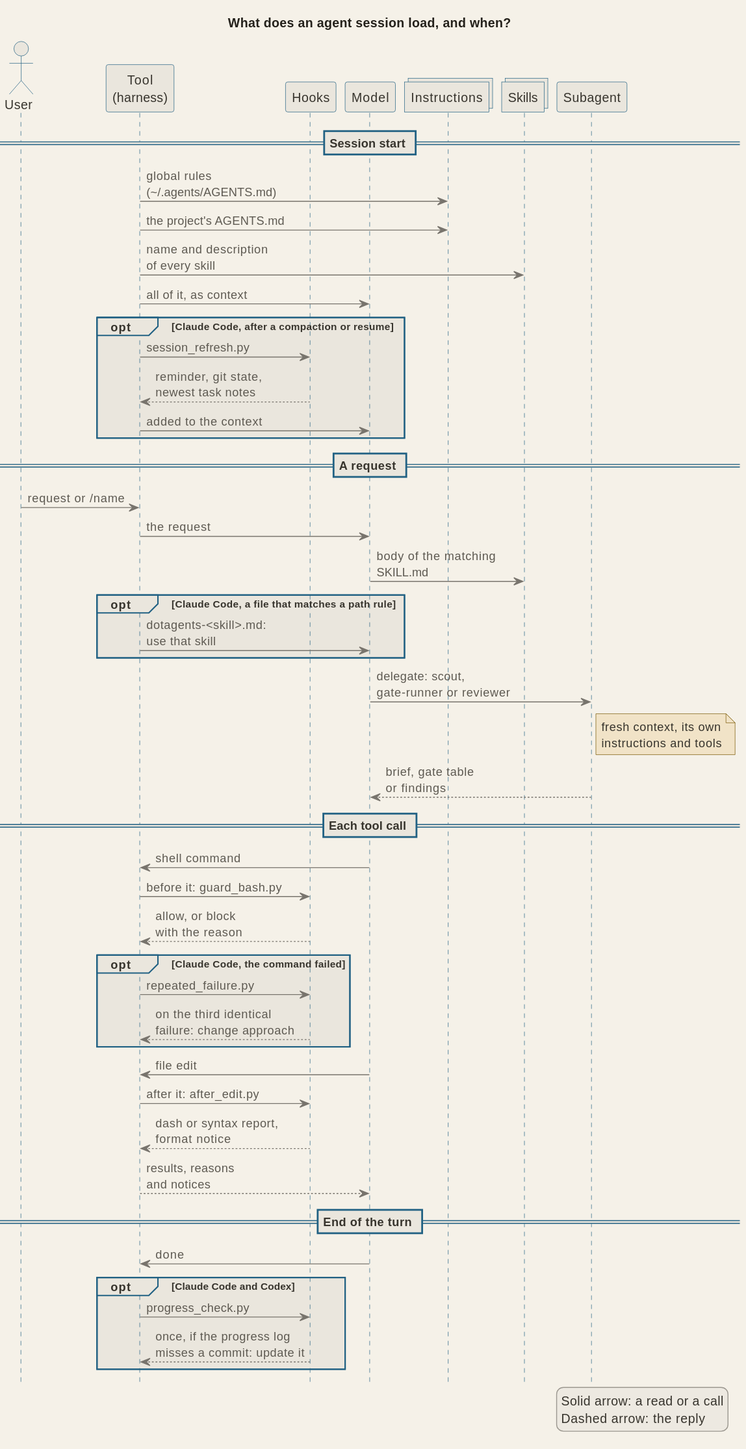
signorenne/dotagents keeps this PlantUML diagram as docs/diagrams/arch_session.svg. Above is the earlier version. Source of this version:
```plantuml
@startuml
!include palette.iuml
hide footbox
title What does an agent session load, and when?

actor User as user
participant "Tool\n(harness)" as tool
participant "Hooks" as hooks
participant "Model" as model
collections "Instructions" as rules
collections "Skills" as skills
participant "Subagent" as sub

== Session start ==
tool -> rules : global rules\n(&#126;/.agents/AGENTS.md)
tool -> rules : the project's AGENTS.md
tool -> skills : name and description\nof every skill
tool -> model : all of it, as context
opt Claude Code, after a compaction or resume
  tool -> hooks : session_refresh.py
  hooks --> tool : reminder, git state,\nnewest task notes
  tool -> model : added to the context
end

== A request ==
user -> tool : request or /name
tool -> model : the request
model -> skills : body of the matching\nSKILL.md
opt Claude Code, a file that matches a path rule
  tool -> model : dotagents-<skill>.md:\nuse that skill
end
model -> sub : delegate: scout,\ngate-runner or reviewer
note right of sub : fresh context, its own\ninstructions and tools
sub --> model : brief, gate table\nor findings

== Each tool call ==
model -> tool : shell command
tool -> hooks : before it: guard_bash.py
hooks --> tool : allow, or block\nwith the reason
opt Claude Code, the command failed
  tool -> hooks : repeated_failure.py
  hooks --> tool : on the third identical\nfailure: change approach
end
model -> tool : file edit
tool -> hooks : after it: after_edit.py
hooks --> tool : dash or syntax report,\nformat notice
tool --> model : results, reasons\nand notices

== End of the turn ==
model -> tool : done
opt Claude Code and Codex
  tool -> hooks : progress_check.py
  hooks --> tool : once, if the progress log\nmisses a commit: update it
end

legend right
  Solid arrow: a read or a call
  Dashed arrow: the reply
endlegend
@enduml
```
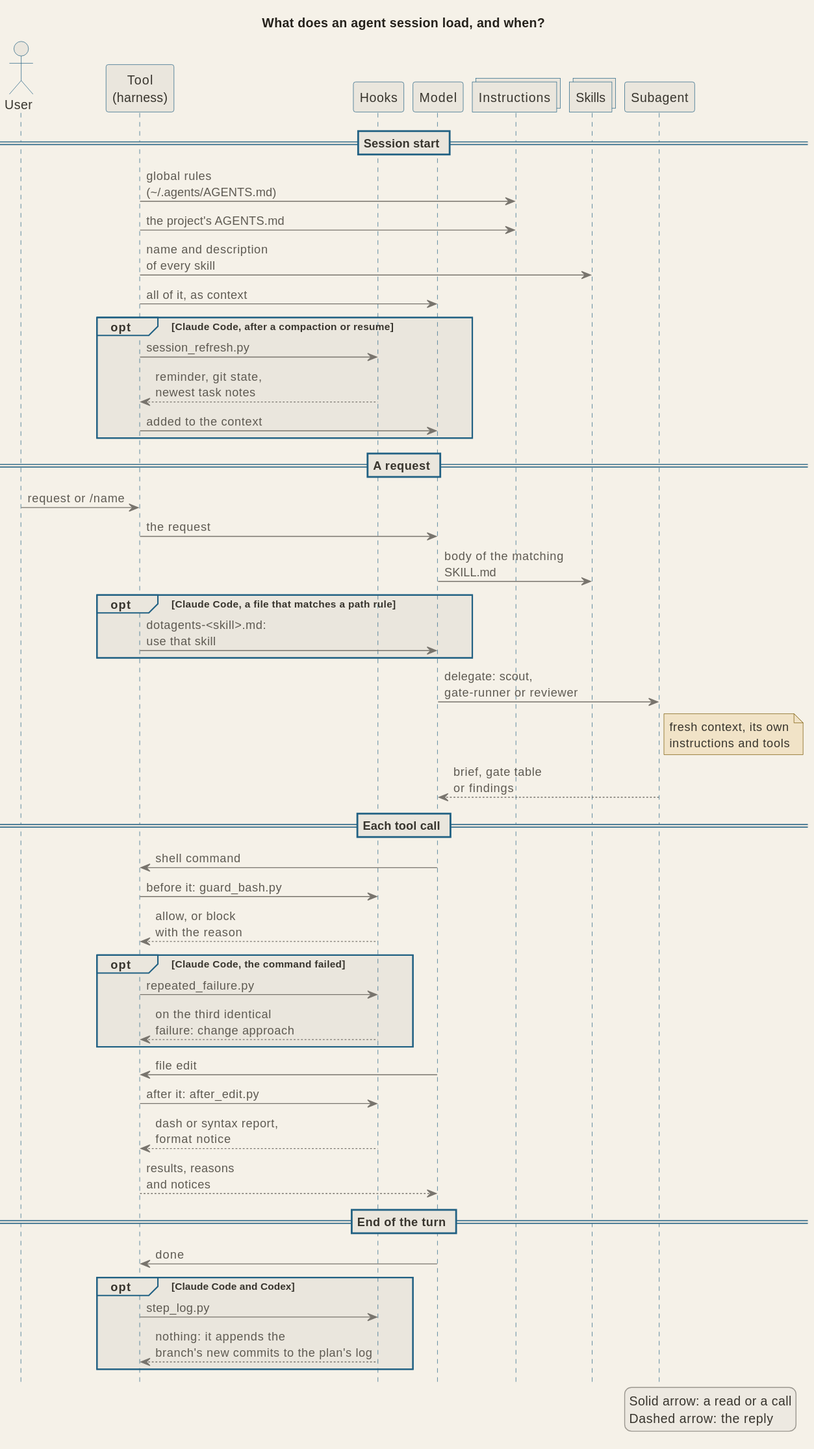
After the change.

Diff of the diagram source:
```diff
@@ -49,8 +49,8 @@
 == End of the turn ==
 model -> tool : done
 opt Claude Code and Codex
-  tool -> hooks : progress_check.py
-  hooks --> tool : once, if the progress log\nmisses a commit: update it
+  tool -> hooks : step_log.py
+  hooks --> tool : nothing: it appends the\nbranch's new commits to the plan's log
 end
 
 legend right
```
